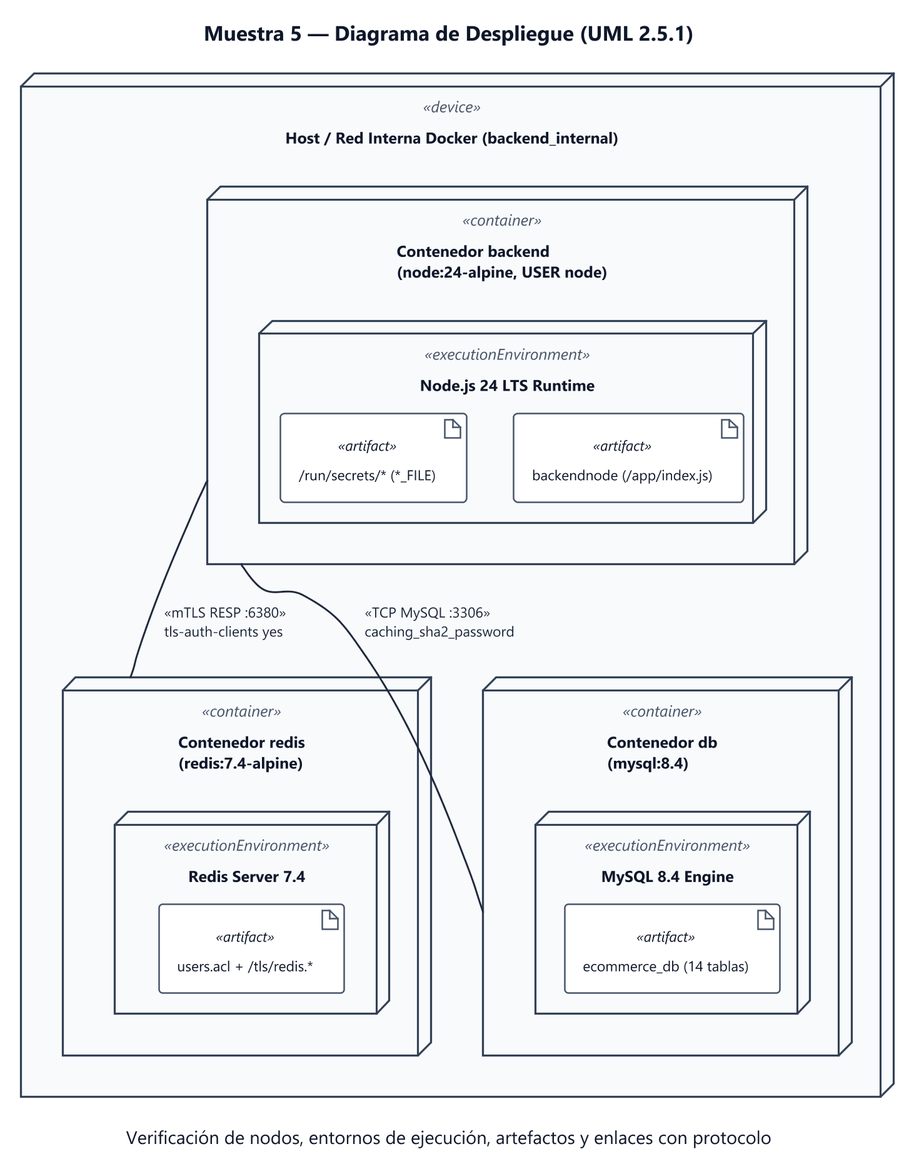
Before: docs/diagrams/_muestra/muestra_05_despliegue.png, a diagram exported from PlantUML (maverick0322/Secure-Ecommerce-API). The source it was exported from:
```plantuml
@startuml muestra_05_despliegue
skinparamlocked dpi 200
!include _skin.puml
title Muestra 5 — Diagrama de Despliegue (UML 2.5.1)
caption Verificación de nodos, entornos de ejecución, artefactos y enlaces con protocolo

node "Host / Red Interna Docker (backend_internal)" as DockerHost <<device>> {
  node "Contenedor backend\n(node:24-alpine, USER node)" as NodeContainer <<container>> {
    node "Node.js 24 LTS Runtime" as NodeEnv <<executionEnvironment>> {
      artifact "backendnode (/app/index.js)" as ArtBackend <<artifact>>
      artifact "/run/secrets/* (*_FILE)" as ArtSecrets <<artifact>>
    }
  }

  node "Contenedor redis\n(redis:7.4-alpine)" as RedisContainer <<container>> {
    node "Redis Server 7.4" as RedisEnv <<executionEnvironment>> {
      artifact "users.acl + /tls/redis.*" as ArtRedisTls <<artifact>>
    }
  }

  node "Contenedor db\n(mysql:8.4)" as MysqlContainer <<container>> {
    node "MySQL 8.4 Engine" as MysqlEnv <<executionEnvironment>> {
      artifact "ecommerce_db (14 tablas)" as ArtMysqlDb <<artifact>>
    }
  }
}

NodeContainer -- RedisContainer : "<<mTLS RESP :6380>>\ntls-auth-clients yes"
NodeContainer -- MysqlContainer : "<<TCP MySQL :3306>>\ncaching_sha2_password"
@enduml
```
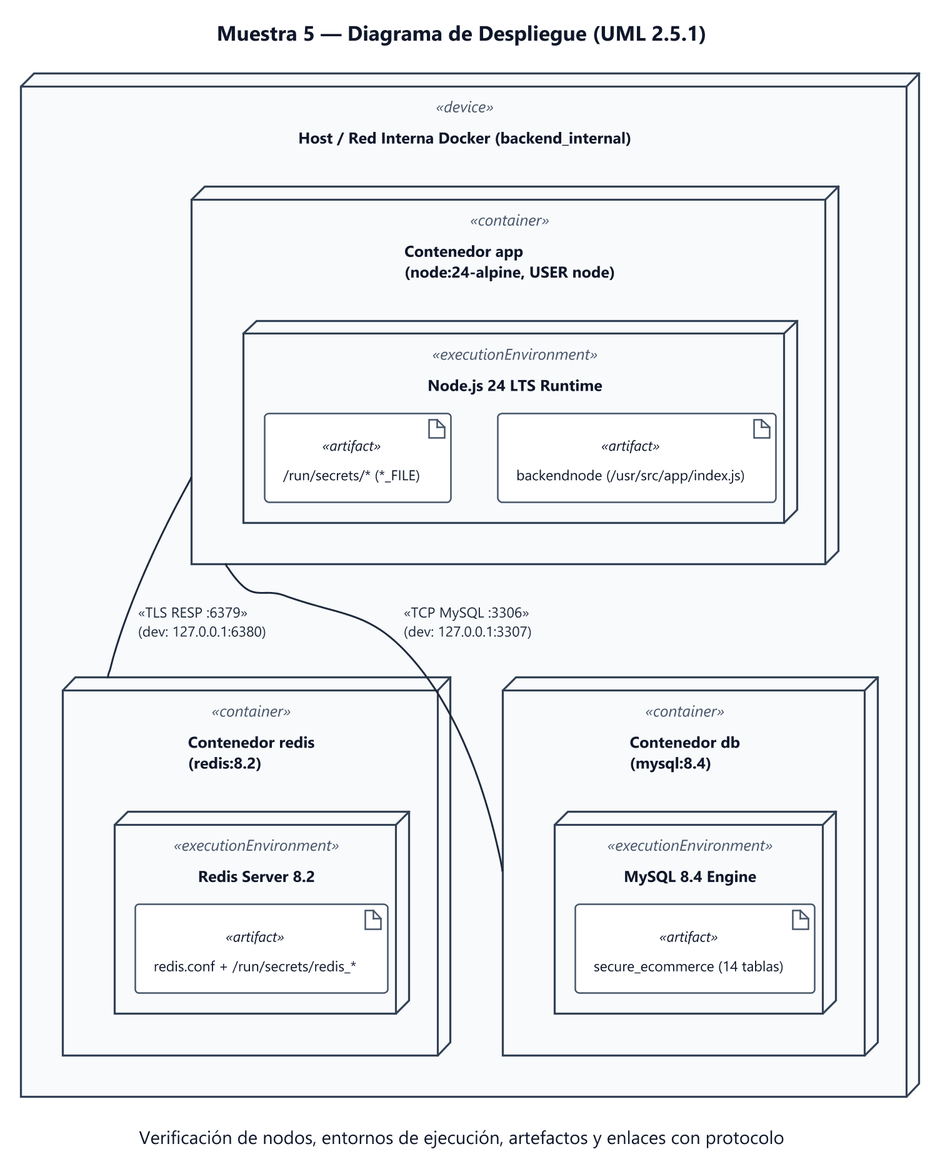
After the commit.

The edit, as a diff of the source:
```diff
@@ -5,26 +5,26 @@
 caption Verificación de nodos, entornos de ejecución, artefactos y enlaces con protocolo
 
 node "Host / Red Interna Docker (backend_internal)" as DockerHost <<device>> {
-  node "Contenedor backend\n(node:24-alpine, USER node)" as NodeContainer <<container>> {
+  node "Contenedor app\n(node:24-alpine, USER node)" as NodeContainer <<container>> {
     node "Node.js 24 LTS Runtime" as NodeEnv <<executionEnvironment>> {
-      artifact "backendnode (/app/index.js)" as ArtBackend <<artifact>>
+      artifact "backendnode (/usr/src/app/index.js)" as ArtBackend <<artifact>>
       artifact "/run/secrets/* (*_FILE)" as ArtSecrets <<artifact>>
     }
   }
 
-  node "Contenedor redis\n(redis:7.4-alpine)" as RedisContainer <<container>> {
-    node "Redis Server 7.4" as RedisEnv <<executionEnvironment>> {
-      artifact "users.acl + /tls/redis.*" as ArtRedisTls <<artifact>>
+  node "Contenedor redis\n(redis:8.2)" as RedisContainer <<container>> {
+    node "Redis Server 8.2" as RedisEnv <<executionEnvironment>> {
+      artifact "redis.conf + /run/secrets/redis_*" as ArtRedisTls <<artifact>>
     }
   }
 
   node "Contenedor db\n(mysql:8.4)" as MysqlContainer <<container>> {
     node "MySQL 8.4 Engine" as MysqlEnv <<executionEnvironment>> {
-      artifact "ecommerce_db (14 tablas)" as ArtMysqlDb <<artifact>>
+      artifact "secure_ecommerce (14 tablas)" as ArtMysqlDb <<artifact>>
     }
   }
 }
 
-NodeContainer -- RedisContainer : "<<mTLS RESP :6380>>\ntls-auth-clients yes"
-NodeContainer -- MysqlContainer : "<<TCP MySQL :3306>>\ncaching_sha2_password"
+NodeContainer -- RedisContainer : "<<TLS RESP :6379>>\n(dev: 127.0.0.1:6380)"
+NodeContainer -- MysqlContainer : "<<TCP MySQL :3306>>\n(dev: 127.0.0.1:3307)"
 @enduml
```
